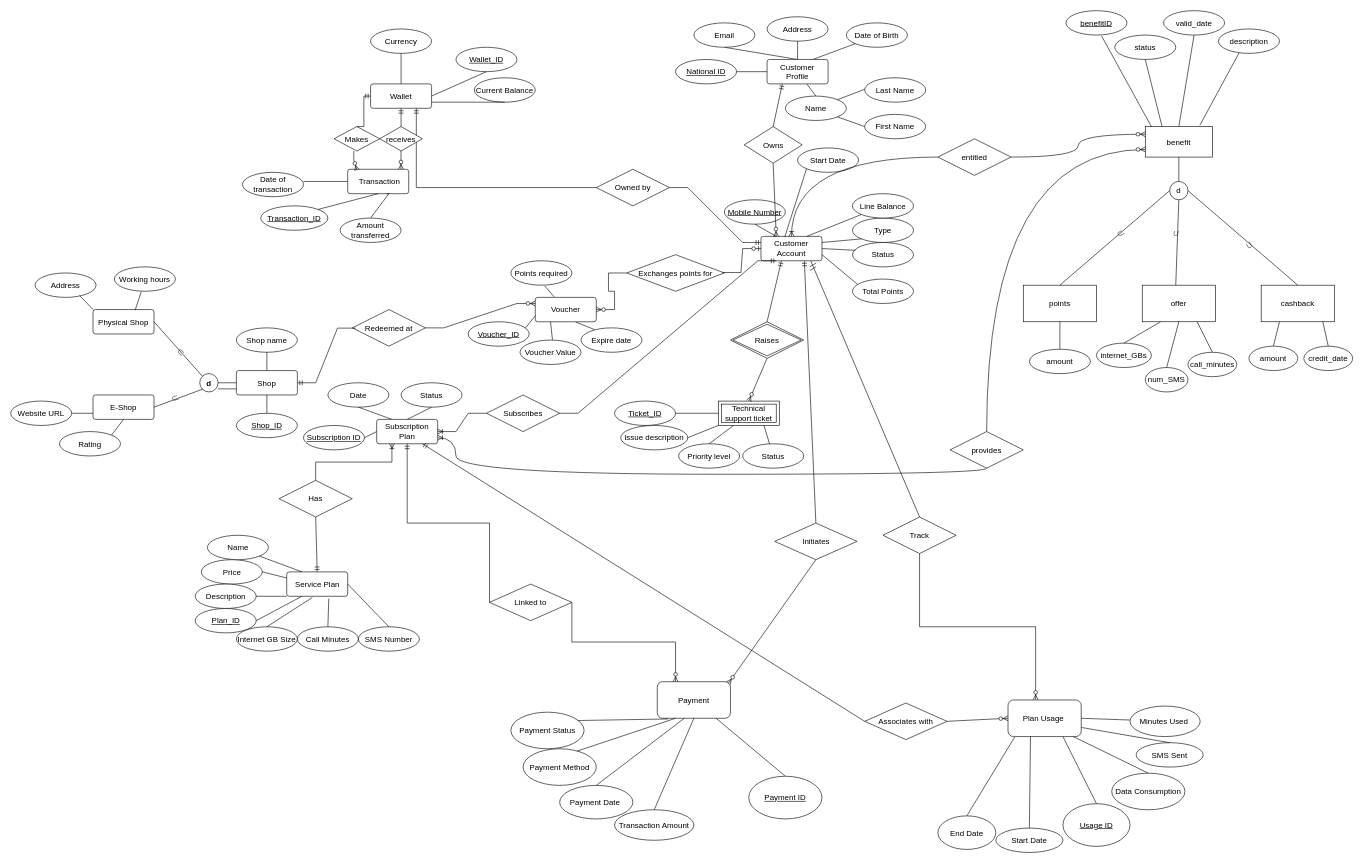
Above: mainERD.drawio in itsfadymate/Customer-Data-Management-System (draw.io), before the change. Source tidied: cells renumbered, new cells numbered last; positions are measured from the earlier drawing's top-left corner, leaving out a move shared by most shapes. Both pictures are drawn from the tidied source at 61%, with x=0, y=0 at pixel (10, 10).
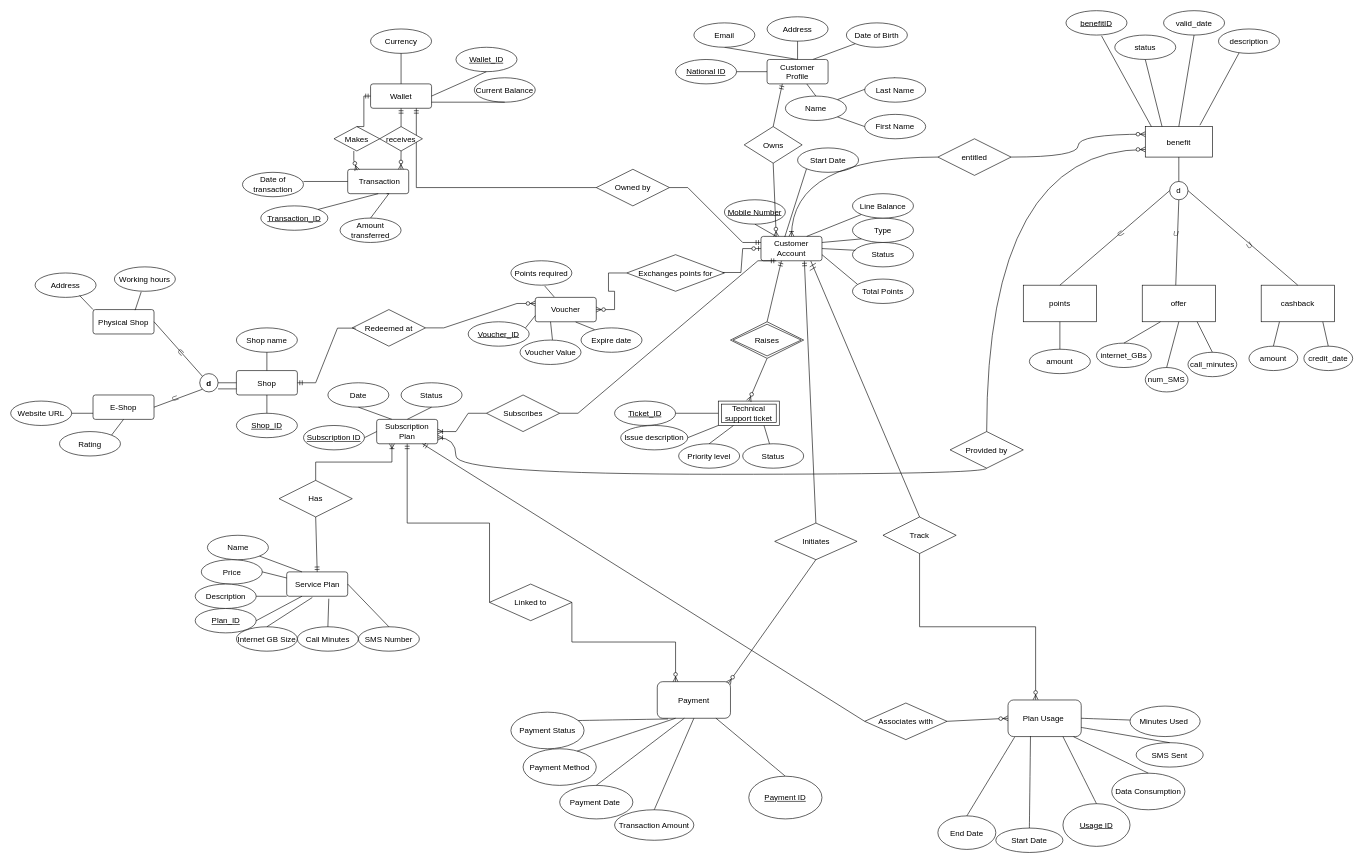
Above is the later version.

Commit message:
Updated provided naming rel

Diff of the diagram source:
```diff
@@
-    <mxCell id="147" value="provides" style="shape=rhombus;perimeter=rhombusPerimeter;whiteSpace=wrap;html=1;align=center;fontSize=13;" parent="1" vertex="1">
+    <mxCell id="147" value="Provided by" style="shape=rhombus;perimeter=rhombusPerimeter;whiteSpace=wrap;html=1;align=center;fontSize=13;" parent="1" vertex="1">
       <mxGeometry x="1540" y="690" width="120" height="60" as="geometry" />
     </mxCell>
```
